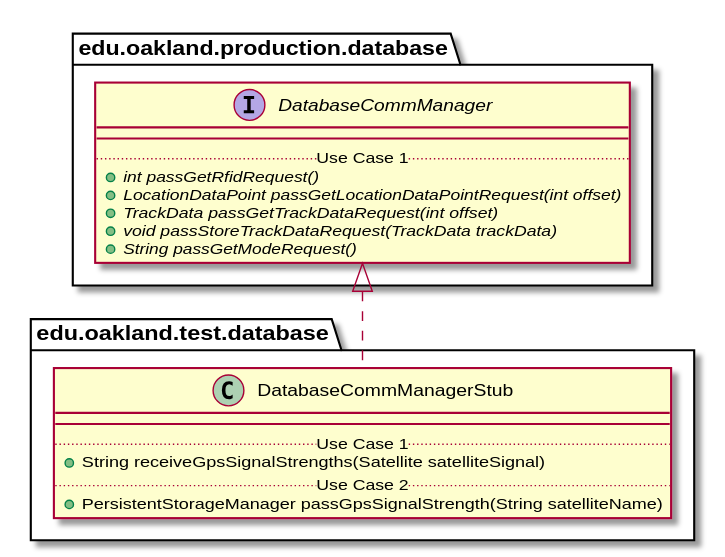
andrewdimmer/csi-3370-software-project keeps this PlantUML diagram as docs/uml-class-diagrams/database/test/DatabaseCommManagerStub/DatabaseCommManagerStub_Closure.svg. Above is the earlier version. The source it was exported from:
```plantuml
@startuml DatabaseCommManagerStub_Closure


package edu.oakland.test.database {
    class DatabaseCommManagerStub {
        __
        .. Use Case 1 ..
        + String receiveGpsSignalStrengths(Satellite satelliteSignal)
        .. Use Case 2 ..
        + PersistentStorageManager passGpsSignalStrength(String satelliteName)
    }
}




package edu.oakland.production.database {
    interface DatabaseCommManager {
        __
        .. Use Case 1 ..
        {abstract} + int passGetRfidRequest()
        {abstract} + LocationDataPoint passGetLocationDataPointRequest(int offset)
        {abstract} + TrackData passGetTrackDataRequest(int offset)
        {abstract} + void passStoreTrackDataRequest(TrackData trackData)
        {abstract} + String passGetModeRequest()
    }
}






DatabaseCommManagerStub .up.|> DatabaseCommManager



@enduml
```
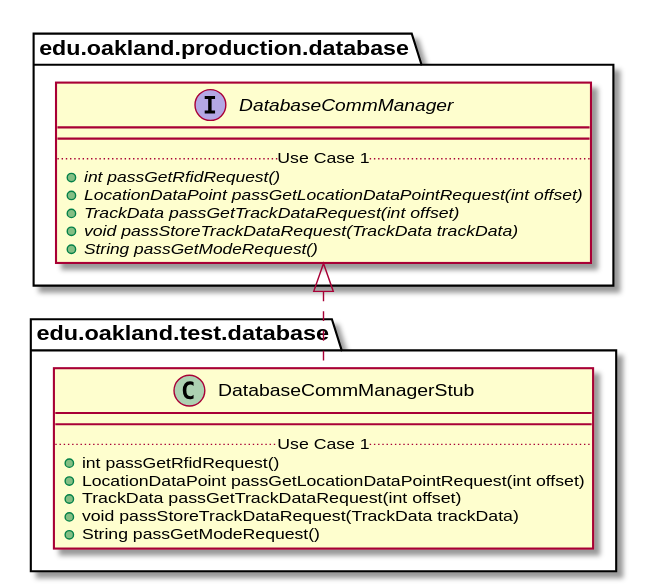
Above is the later version.

What changed in the source:
```diff
@@ -5,9 +5,11 @@
     class DatabaseCommManagerStub {
         __
         .. Use Case 1 ..
-        + String receiveGpsSignalStrengths(Satellite satelliteSignal)
-        .. Use Case 2 ..
-        + PersistentStorageManager passGpsSignalStrength(String satelliteName)
+        + int passGetRfidRequest()
+        + LocationDataPoint passGetLocationDataPointRequest(int offset)
+        + TrackData passGetTrackDataRequest(int offset)
+        + void passStoreTrackDataRequest(TrackData trackData)
+        + String passGetModeRequest()
     }
 }
 
```
